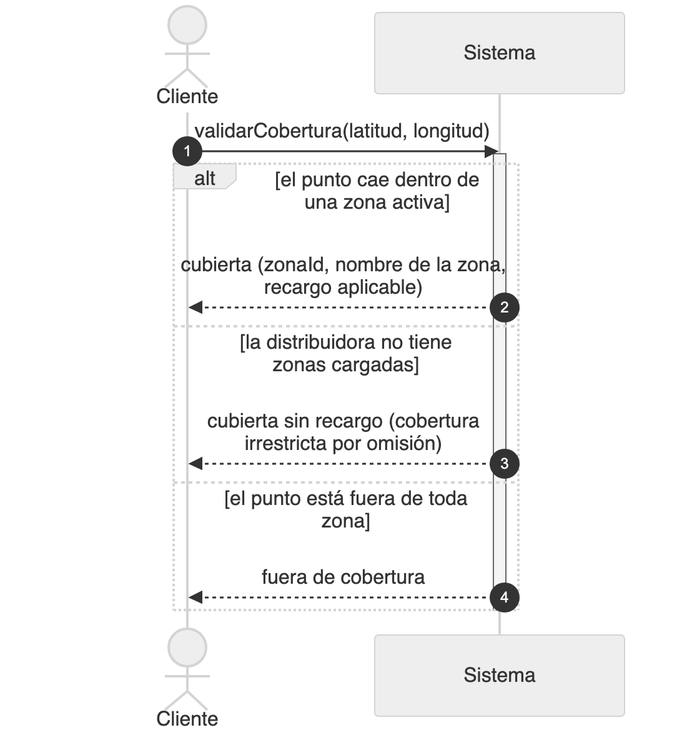
Earlier version of the Mermaid export diagramas/png/DSS_CU-058_Validar-Cobertura-De-Una-Direccion.png (Nahuelito-Dev/splg-docs). Its source is kept beside it as diagramas/DSS_CU-058_Validar-Cobertura-De-Una-Direccion.mmd. Source of this version:
```mermaid
sequenceDiagram
    title DSS — CU-058 Validar Cobertura De Una Direccion
    autonumber
    actor CLI as Cliente
    participant SIS as Sistema

    CLI->>SIS: validarCobertura(latitud, longitud)
    activate SIS
    alt el punto cae dentro de una zona activa y no dada de baja
        SIS-->>CLI: cubierta (zonaId, nombre de la zona, recargo aplicable)
    else la distribuidora no tiene zonas activas y vigentes
        SIS-->>CLI: cubierta sin recargo (cobertura irrestricta por omisión)
    else el punto está fuera de toda zona
        SIS-->>CLI: fuera de cobertura
    end
    deactivate SIS
```
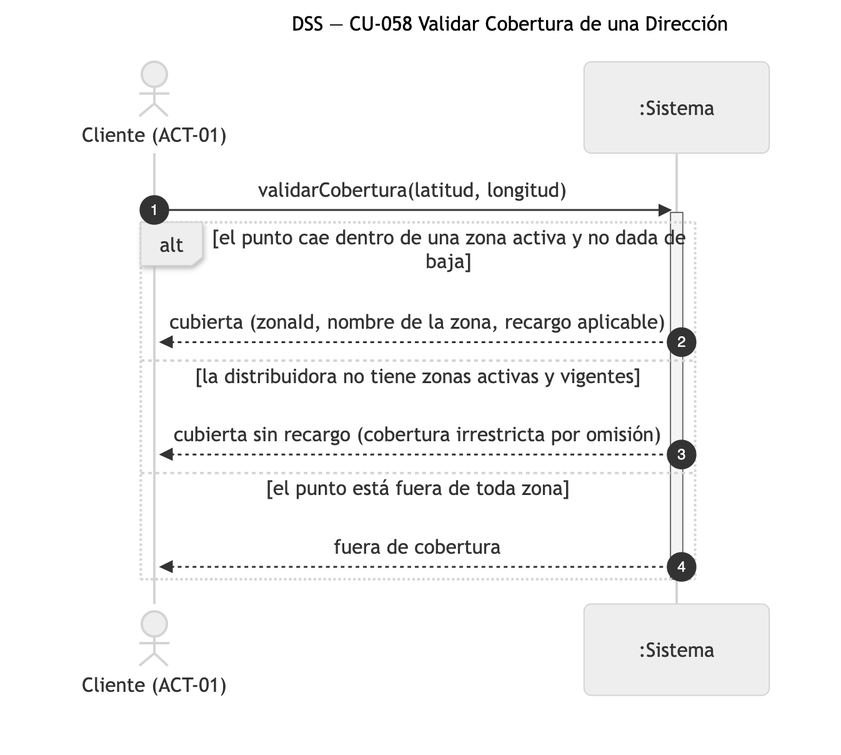
After the change.

The edit, as a diff of the source:
```diff
@@ -1,8 +1,8 @@
 sequenceDiagram
-    title DSS — CU-058 Validar Cobertura De Una Direccion
+    title DSS — CU-058 Validar Cobertura de una Dirección
     autonumber
-    actor CLI as Cliente
-    participant SIS as Sistema
+    actor CLI as Cliente (ACT-01)
+    participant SIS as :Sistema
 
     CLI->>SIS: validarCobertura(latitud, longitud)
     activate SIS
```
